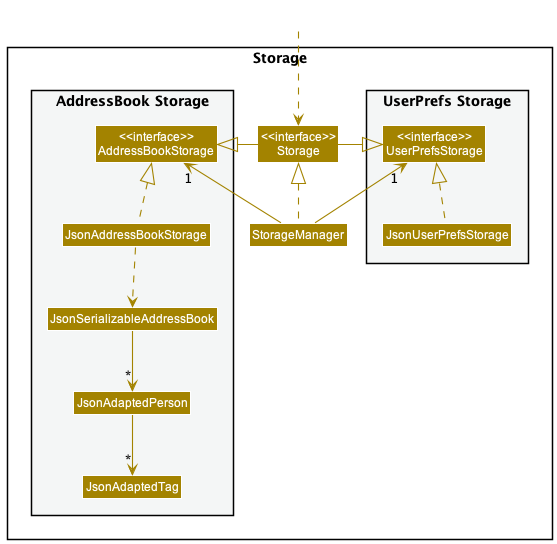
Earlier version of the PlantUML export docs/images/StorageClassDiagram.png (nus-cs2103-AY2223S1/tp).
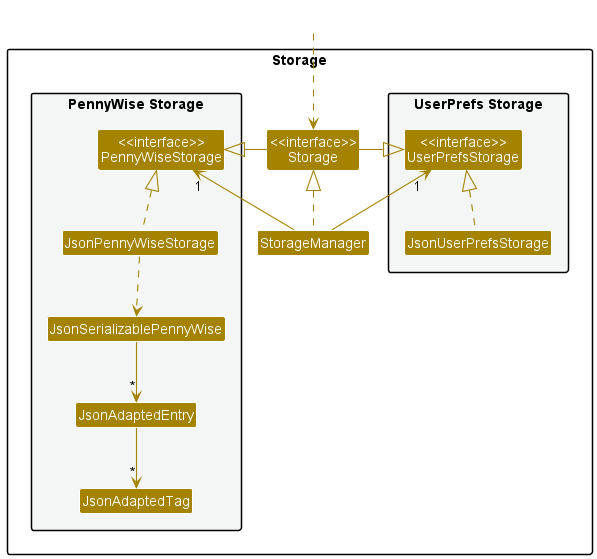
The same file after the commit.

Commit message:
Refactor DG for AddressBook -> PennyWise cleanup

Diff of the diagram source:
```diff
@@ -14,11 +14,11 @@
 Class "<<interface>>\nStorage" as Storage
 Class StorageManager
 
-package "AddressBook Storage" #F4F6F6{
-Class "<<interface>>\nAddressBookStorage" as AddressBookStorage
-Class JsonAddressBookStorage
-Class JsonSerializableAddressBook
-Class JsonAdaptedPerson
+package "PennyWise Storage" #F4F6F6{
+Class "<<interface>>\nPennyWiseStorage" as PennyWiseStorage
+Class JsonPennyWiseStorage
+Class JsonSerializablePennyWise
+Class JsonAdaptedEntry
 Class JsonAdaptedTag
 }
 
@@ -29,15 +29,15 @@
 
 StorageManager .up.|> Storage
 StorageManager -up-> "1" UserPrefsStorage
-StorageManager -up-> "1" AddressBookStorage
+StorageManager -up-> "1" PennyWiseStorage
 
 Storage -left-|> UserPrefsStorage
-Storage -right-|> AddressBookStorage
+Storage -right-|> PennyWiseStorage
 
 JsonUserPrefsStorage .up.|> UserPrefsStorage
-JsonAddressBookStorage .up.|> AddressBookStorage
-JsonAddressBookStorage ..> JsonSerializableAddressBook
-JsonSerializableAddressBook --> "*" JsonAdaptedPerson
-JsonAdaptedPerson --> "*" JsonAdaptedTag
+JsonPennyWiseStorage .up.|> PennyWiseStorage
+JsonPennyWiseStorage ..> JsonSerializablePennyWise
+JsonSerializablePennyWise --> "*" JsonAdaptedEntry
+JsonAdaptedEntry --> "*" JsonAdaptedTag
 
 @enduml
```
